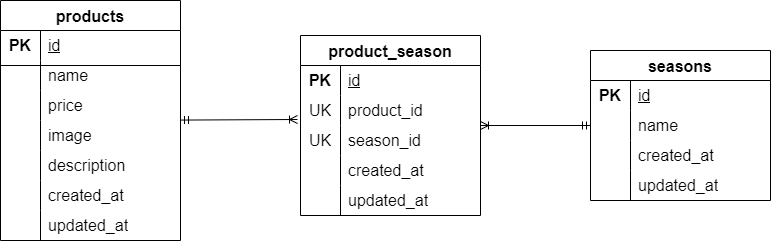
Before: er.drawio.png, a diagram exported from draw.io (imachanimachan/testmogitate-laravel). Source tidied: cells renumbered, new cells last; positions are measured from the earlier drawing's top-left corner, leaving out a move shared by most shapes.
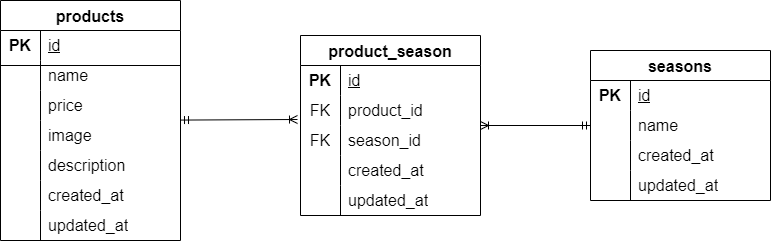
The same file after the commit.

The edit, as a diff of the source:
```diff
@@ -88,7 +88,7 @@
     <mxCell id="29" style="shape=tableRow;horizontal=0;startSize=0;swimlaneHead=0;swimlaneBody=0;top=0;left=0;bottom=0;right=0;fillColor=none;strokeColor=inherit;fontSize=16;" parent="25" vertex="1">
       <mxGeometry y="60" width="180" height="30" as="geometry" />
     </mxCell>
-    <mxCell id="30" value="UK" style="shape=partialRectangle;html=1;whiteSpace=wrap;fillColor=none;top=0;left=0;bottom=0;right=0;overflow=hidden;strokeColor=inherit;fontSize=16;" parent="29" vertex="1">
+    <mxCell id="30" value="FK" style="shape=partialRectangle;html=1;whiteSpace=wrap;fillColor=none;top=0;left=0;bottom=0;right=0;overflow=hidden;strokeColor=inherit;fontSize=16;" parent="29" vertex="1">
       <mxGeometry width="40" height="30" as="geometry" />
     </mxCell>
     <mxCell id="31" value="product_id" style="shape=partialRectangle;html=1;whiteSpace=wrap;fillColor=none;top=0;left=0;bottom=0;right=0;align=left;spacingLeft=6;overflow=hidden;strokeColor=inherit;fontSize=16;" parent="29" vertex="1">
@@ -97,7 +97,7 @@
     <mxCell id="32" style="shape=tableRow;horizontal=0;startSize=0;swimlaneHead=0;swimlaneBody=0;top=0;left=0;bottom=0;right=0;fillColor=none;strokeColor=inherit;fontSize=16;" parent="25" vertex="1">
       <mxGeometry y="90" width="180" height="30" as="geometry" />
     </mxCell>
-    <mxCell id="33" value="UK" style="shape=partialRectangle;html=1;whiteSpace=wrap;fillColor=none;top=0;left=0;bottom=0;right=0;overflow=hidden;strokeColor=inherit;fontSize=16;" parent="32" vertex="1">
+    <mxCell id="33" value="FK" style="shape=partialRectangle;html=1;whiteSpace=wrap;fillColor=none;top=0;left=0;bottom=0;right=0;overflow=hidden;strokeColor=inherit;fontSize=16;" parent="32" vertex="1">
       <mxGeometry width="40" height="30" as="geometry" />
     </mxCell>
     <mxCell id="34" value="season_id" style="shape=partialRectangle;html=1;whiteSpace=wrap;fillColor=none;top=0;left=0;bottom=0;right=0;align=left;spacingLeft=6;overflow=hidden;strokeColor=inherit;fontSize=16;" parent="32" vertex="1">
```
